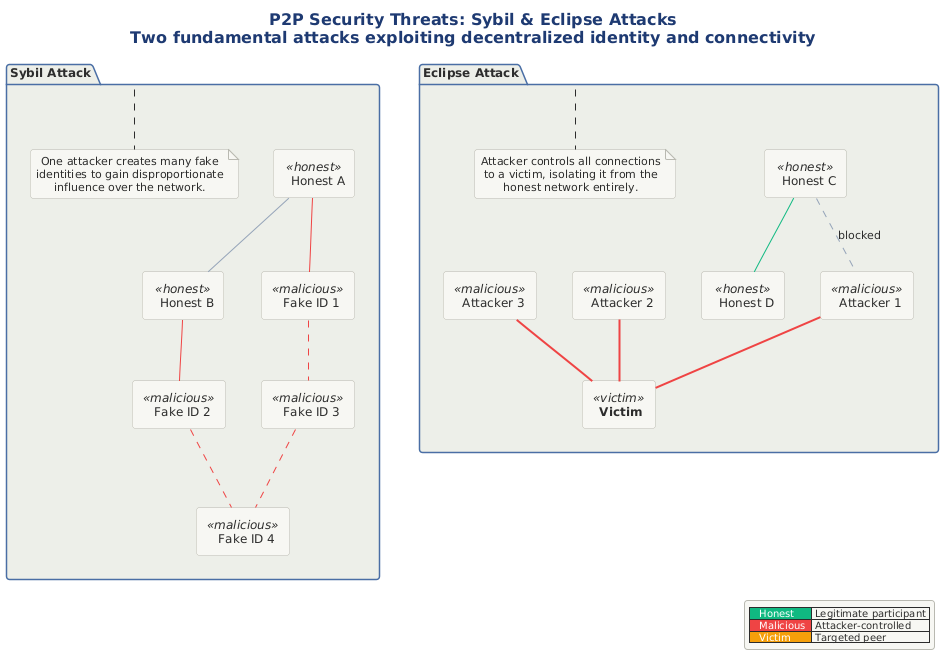
The PlantUML diagram src/architecture/views-and-beyond/style-catalogs/component-and-connector/peer-to-peer-style/png/08-security-threats.png in Notoriousjayy/latex-docs, before a commit. Source of this version:
```plantuml
@startuml 08-security-threats

!include ../../../../../../tooling/styles/plantuml/structural/package-diagram-style.iuml


title <b>P2P Security Threats: Sybil & Eclipse Attacks</b>\nTwo fundamental attacks exploiting decentralized identity and connectivity

package "Sybil Attack" as SA {
  rectangle "  Honest A  " as sa_h1 <<honest>>
  rectangle "  Honest B  " as sa_h2 <<honest>>
  rectangle "  Fake ID 1  " as sa_f1 <<malicious>>
  rectangle "  Fake ID 2  " as sa_f2 <<malicious>>
  rectangle "  Fake ID 3  " as sa_f3 <<malicious>>
  rectangle "  Fake ID 4  " as sa_f4 <<malicious>>

  sa_h1 -[#94A3B8]- sa_h2
  sa_h1 -[#EF4444]- sa_f1
  sa_h2 -[#EF4444]- sa_f2
  sa_f1 -[#EF4444,dashed]- sa_f3
  sa_f2 -[#EF4444,dashed]- sa_f4
  sa_f3 -[#EF4444,dashed]- sa_f4

  note bottom of SA
    One attacker creates many fake
    identities to gain disproportionate
    influence over the network.
  end note
}

package "Eclipse Attack" as EA {
  rectangle "  Honest C  " as ea_h1 <<honest>>
  rectangle "  Honest D  " as ea_h2 <<honest>>
  rectangle " **Victim** " as ea_v <<victim>>
  rectangle "  Attacker 1  " as ea_a1 <<malicious>>
  rectangle "  Attacker 2  " as ea_a2 <<malicious>>
  rectangle "  Attacker 3  " as ea_a3 <<malicious>>

  ea_h1 -[#10B981]- ea_h2

  ea_a1 -[#EF4444,bold]- ea_v
  ea_a2 -[#EF4444,bold]- ea_v
  ea_a3 -[#EF4444,bold]- ea_v

  ea_h1 -[#94A3B8,dashed]- ea_a1 : blocked

  note bottom of EA
    Attacker controls all connections
    to a victim, isolating it from the
    honest network entirely.
  end note
}

legend right
  |<#10B981> <color:#FFFFFF>  Honest  </color>| Legitimate participant |
  |<#EF4444> <color:#FFFFFF>  Malicious  </color>| Attacker-controlled |
  |<#F59E0B> <color:#FFFFFF>  Victim  </color>| Targeted peer |
end legend
@enduml
```
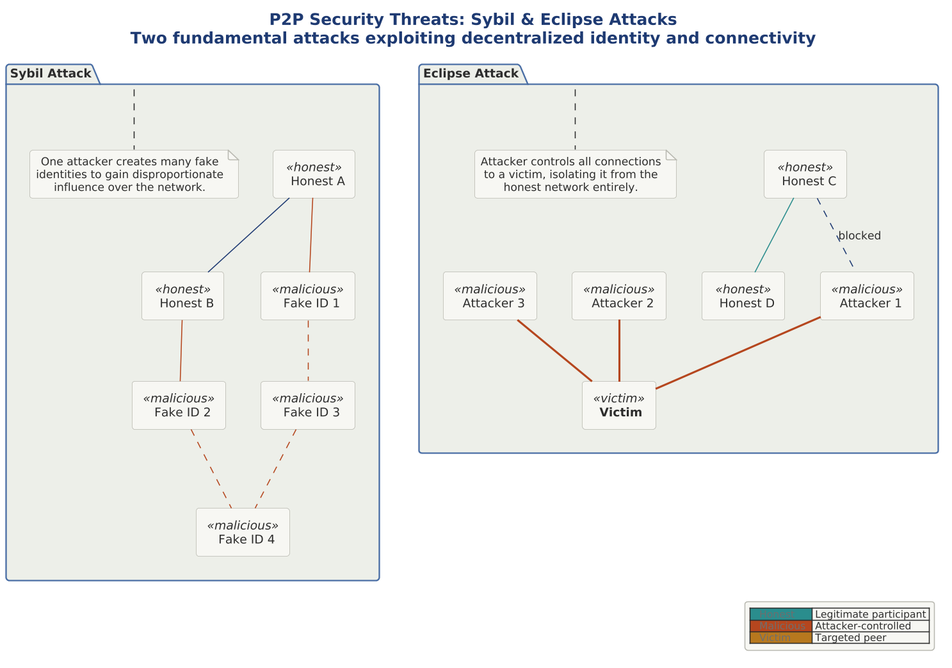
Later version of the same file.

What changed in the source:
```diff
@@ -1,7 +1,11 @@
 @startuml 08-security-threats
 
+skinparam dpi 150
+
+
+
+
 !include ../../../../../../tooling/styles/plantuml/structural/package-diagram-style.iuml
-
 
 title <b>P2P Security Threats: Sybil & Eclipse Attacks</b>\nTwo fundamental attacks exploiting decentralized identity and connectivity
 
@@ -13,12 +17,12 @@
   rectangle "  Fake ID 3  " as sa_f3 <<malicious>>
   rectangle "  Fake ID 4  " as sa_f4 <<malicious>>
 
-  sa_h1 -[#94A3B8]- sa_h2
-  sa_h1 -[#EF4444]- sa_f1
-  sa_h2 -[#EF4444]- sa_f2
-  sa_f1 -[#EF4444,dashed]- sa_f3
-  sa_f2 -[#EF4444,dashed]- sa_f4
-  sa_f3 -[#EF4444,dashed]- sa_f4
+  sa_h1 -[$line_primary]- sa_h2
+  sa_h1 -[$line_invalid]- sa_f1
+  sa_h2 -[$line_invalid]- sa_f2
+  sa_f1 -[$line_invalid,dashed]- sa_f3
+  sa_f2 -[$line_invalid,dashed]- sa_f4
+  sa_f3 -[$line_invalid,dashed]- sa_f4
 
   note bottom of SA
     One attacker creates many fake
@@ -35,13 +39,13 @@
   rectangle "  Attacker 2  " as ea_a2 <<malicious>>
   rectangle "  Attacker 3  " as ea_a3 <<malicious>>
 
-  ea_h1 -[#10B981]- ea_h2
+  ea_h1 -[$line_dynamic]- ea_h2
 
-  ea_a1 -[#EF4444,bold]- ea_v
-  ea_a2 -[#EF4444,bold]- ea_v
-  ea_a3 -[#EF4444,bold]- ea_v
+  ea_a1 -[$line_invalid,bold]- ea_v
+  ea_a2 -[$line_invalid,bold]- ea_v
+  ea_a3 -[$line_invalid,bold]- ea_v
 
-  ea_h1 -[#94A3B8,dashed]- ea_a1 : blocked
+  ea_h1 -[$line_primary,dashed]- ea_a1 : blocked
 
   note bottom of EA
     Attacker controls all connections
@@ -51,8 +55,8 @@
 }
 
 legend right
-  |<#10B981> <color:#FFFFFF>  Honest  </color>| Legitimate participant |
-  |<#EF4444> <color:#FFFFFF>  Malicious  </color>| Attacker-controlled |
-  |<#F59E0B> <color:#FFFFFF>  Victim  </color>| Targeted peer |
+  |<$line_dynamic> <color:$line_neutral>  Honest  </color>| Legitimate participant |
+  |<$line_invalid> <color:$line_neutral>  Malicious  </color>| Attacker-controlled |
+  |<$line_caution> <color:$line_neutral>  Victim  </color>| Targeted peer |
 end legend
 @enduml
```
